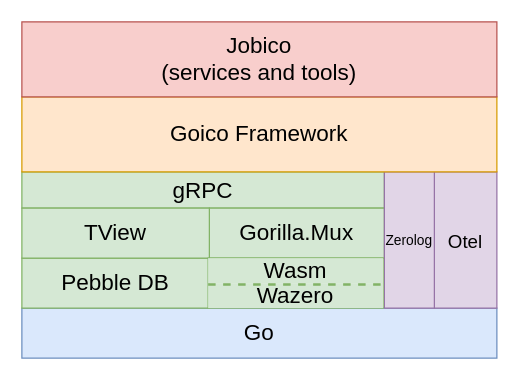
Above: page "Stack" (2 of 10) of docs/Jobico.drawio in andrescosta/jobico-fn (draw.io), before the change. Source tidied: cells renumbered, new cells numbered last; positions are measured from the earlier drawing's top-left corner, leaving out a move shared by most shapes. Both pictures are drawn from the tidied source at 125%, with x=0, y=0 at pixel (21, 21).
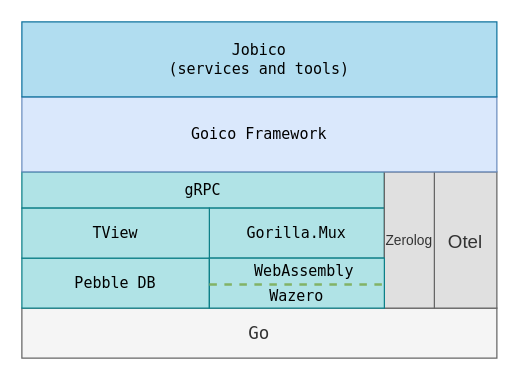
The same page after the edit.

Diff of the diagram source:
```diff
@@
 <mxGraphModel>
   <root>
     <mxCell id="0" />
     <mxCell id="1" parent="0" />
+    <mxCell id="17" style="group;fontSize=13;" parent="1" vertex="1">
+      <mxGeometry width="380" height="269" as="geometry" />
+    </mxCell>
-    <mxCell id="2" value="Go" style="rounded=0;whiteSpace=wrap;html=1;fillColor=#dae8fc;strokeColor=#6c8ebf;fontSize=18;fontFamily=Helvetica;fontStyle=0;" parent="1" vertex="1">
+    <mxCell id="2" value="&lt;font style=&quot;font-size: 14px;&quot;&gt;Go&lt;/font&gt;" style="rounded=0;whiteSpace=wrap;html=1;fillColor=#f5f5f5;strokeColor=#666666;fontSize=12;fontFamily=Lucida Console;fontStyle=0;fontColor=#333333;" parent="17" vertex="1">
       <mxGeometry y="229" width="380" height="40" as="geometry" />
     </mxCell>
-    <mxCell id="3" value="gRPC" style="rounded=0;whiteSpace=wrap;html=1;fillColor=#d5e8d4;strokeColor=#82b366;fontSize=18;fontFamily=Helvetica;fontStyle=0;" parent="1" vertex="1">
+    <mxCell id="3" value="gRPC" style="rounded=0;whiteSpace=wrap;html=1;fillColor=#b0e3e6;strokeColor=#0e8088;fontSize=12;fontFamily=Lucida Console;fontStyle=0;" parent="17" vertex="1">
       <mxGeometry y="120" width="290" height="29" as="geometry" />
     </mxCell>
-    <mxCell id="4" value="Gorilla.Mux" style="rounded=0;whiteSpace=wrap;html=1;fillColor=#d5e8d4;strokeColor=#82b366;fontSize=18;fontFamily=Helvetica;fontStyle=0;" parent="1" vertex="1">
+    <mxCell id="4" value="Gorilla.Mux" style="rounded=0;whiteSpace=wrap;html=1;fillColor=#b0e3e6;strokeColor=#0e8088;fontSize=12;fontFamily=Lucida Console;fontStyle=0;" parent="17" vertex="1">
       <mxGeometry x="150" y="149" width="140" height="40" as="geometry" />
     </mxCell>
-    <mxCell id="5" value="Pebble DB" style="rounded=0;whiteSpace=wrap;html=1;fillColor=#d5e8d4;strokeColor=#82b366;fontSize=18;fontFamily=Helvetica;fontStyle=0;" parent="1" vertex="1">
+    <mxCell id="5" value="Pebble DB" style="rounded=0;whiteSpace=wrap;html=1;fillColor=#b0e3e6;strokeColor=#0e8088;fontSize=12;fontFamily=Lucida Console;fontStyle=0;" parent="17" vertex="1">
       <mxGeometry y="189" width="150" height="40" as="geometry" />
     </mxCell>
-    <mxCell id="6" value="Otel" style="rounded=0;whiteSpace=wrap;html=1;fillColor=#e1d5e7;strokeColor=#9673a6;fontSize=15;fontFamily=Helvetica;fontStyle=0;" parent="1" vertex="1">
+    <mxCell id="6" value="Otel" style="rounded=0;whiteSpace=wrap;html=1;fillColor=#E0E0E0;strokeColor=#666666;fontSize=15;fontFamily=Helvetica;fontStyle=0;fontColor=#333333;" parent="17" vertex="1">
       <mxGeometry x="330" y="120" width="50" height="109" as="geometry" />
     </mxCell>
-    <mxCell id="7" value="Zerolog" style="rounded=0;whiteSpace=wrap;html=1;fillColor=#e1d5e7;strokeColor=#9673a6;fontSize=11;fontFamily=Helvetica;fontStyle=0;" parent="1" vertex="1">
+    <mxCell id="7" value="Zerolog" style="rounded=0;whiteSpace=wrap;html=1;fillColor=#E0E0E0;strokeColor=#666666;fontSize=11;fontFamily=Helvetica;fontStyle=0;fontColor=#333333;" parent="17" vertex="1">
       <mxGeometry x="290" y="120" width="40" height="109" as="geometry" />
     </mxCell>
-    <mxCell id="8" value="TView" style="rounded=0;whiteSpace=wrap;html=1;fillColor=#d5e8d4;strokeColor=#82b366;fontSize=18;fontFamily=Helvetica;fontStyle=0;" parent="1" vertex="1">
+    <mxCell id="8" value="TView" style="rounded=0;whiteSpace=wrap;html=1;fillColor=#b0e3e6;strokeColor=#0e8088;fontSize=12;fontFamily=Lucida Console;fontStyle=0;" parent="17" vertex="1">
       <mxGeometry y="149" width="150" height="40" as="geometry" />
     </mxCell>
-    <mxCell id="9" value="Goico Framework" style="rounded=0;whiteSpace=wrap;html=1;fillColor=#ffe6cc;strokeColor=#d79b00;fontSize=18;fontFamily=Helvetica;fontStyle=0;" parent="1" vertex="1">
+    <mxCell id="9" value="Goico Framework" style="rounded=0;whiteSpace=wrap;html=1;fillColor=#dae8fc;strokeColor=#6c8ebf;fontSize=12;fontFamily=Lucida Console;fontStyle=0;" parent="17" vertex="1">
       <mxGeometry y="60" width="380" height="60" as="geometry" />
     </mxCell>
-    <mxCell id="10" value="Jobico &lt;br&gt;(services and tools)" style="rounded=0;whiteSpace=wrap;html=1;fillColor=#f8cecc;strokeColor=#b85450;fontSize=18;fontFamily=Helvetica;fontStyle=0;" parent="1" vertex="1">
+    <mxCell id="10" value="Jobico &lt;br style=&quot;font-size: 12px;&quot;&gt;(services and tools)" style="rounded=0;whiteSpace=wrap;html=1;fillColor=#b1ddf0;strokeColor=#10739e;fontSize=12;fontFamily=Lucida Console;fontStyle=0;" parent="17" vertex="1">
       <mxGeometry width="380" height="60" as="geometry" />
     </mxCell>
-    <mxCell id="11" style="group;" parent="1" vertex="1">
-      <mxGeometry x="149" y="189" width="140" height="40" as="geometry" />
-    </mxCell>
-    <mxCell id="12" style="rounded=0;whiteSpace=wrap;html=1;fillColor=none;strokeColor=#82B366;" parent="11" vertex="1">
-      <mxGeometry width="140" height="40" as="geometry" />
-    </mxCell>
+    <mxCell id="18" style="group;" parent="17" vertex="1">
+      <mxGeometry x="150" y="185" width="140" height="50" as="geometry" />
+    </mxCell>
-    <mxCell id="13" style="group;" parent="11" vertex="1">
-      <mxGeometry width="140" height="40" as="geometry" />
+    <mxCell id="13" style="group;fillColor=#b0e3e6;strokeColor=#0e8088;" parent="18" vertex="1">
+      <mxGeometry y="4" width="140" height="40" as="geometry" />
     </mxCell>
-    <mxCell id="14" value="Wasm" style="rounded=0;whiteSpace=wrap;html=1;fillColor=#d5e8d4;strokeColor=none;fontSize=18;fontFamily=Helvetica;fontStyle=0;" parent="13" vertex="1">
-      <mxGeometry width="140" height="20" as="geometry" />
-    </mxCell>
-    <mxCell id="15" value="Wazero" style="rounded=0;whiteSpace=wrap;html=1;fillColor=#d5e8d4;strokeColor=none;fontSize=18;fontFamily=Helvetica;fontStyle=0;" parent="13" vertex="1">
-      <mxGeometry y="20" width="140" height="20" as="geometry" />
+    <mxCell id="15" value="Wazero" style="text;html=1;align=center;verticalAlign=middle;whiteSpace=wrap;rounded=0;fontFamily=Lucida Console;" parent="18" vertex="1">
+      <mxGeometry x="40" y="20" width="60" height="30" as="geometry" />
     </mxCell>
+    <mxCell id="19" value="WebAssembly" style="text;html=1;align=center;verticalAlign=middle;whiteSpace=wrap;rounded=0;fontFamily=Lucida Console;" parent="18" vertex="1">
+      <mxGeometry x="46" width="60" height="30" as="geometry" />
+    </mxCell>
-    <mxCell id="16" style="endArrow=none;html=1;rounded=0;strokeWidth=2;exitX=0;exitY=0;exitDx=0;exitDy=0;entryX=1;entryY=0;entryDx=0;entryDy=0;strokeColor=#82B366;dashed=1;" parent="13" edge="1">
+    <mxCell id="16" style="endArrow=none;html=1;rounded=0;strokeWidth=2;exitX=0;exitY=0;exitDx=0;exitDy=0;entryX=1;entryY=0;entryDx=0;entryDy=0;strokeColor=#82B366;dashed=1;" parent="18" edge="1">
       <mxGeometry relative="1" as="geometry">
-        <mxPoint y="21" as="sourcePoint" />
-        <mxPoint x="140" y="21" as="targetPoint" />
+        <mxPoint y="25" as="sourcePoint" />
+        <mxPoint x="140" y="25" as="targetPoint" />
       </mxGeometry>
     </mxCell>
   </root>
 </mxGraphModel>
```
